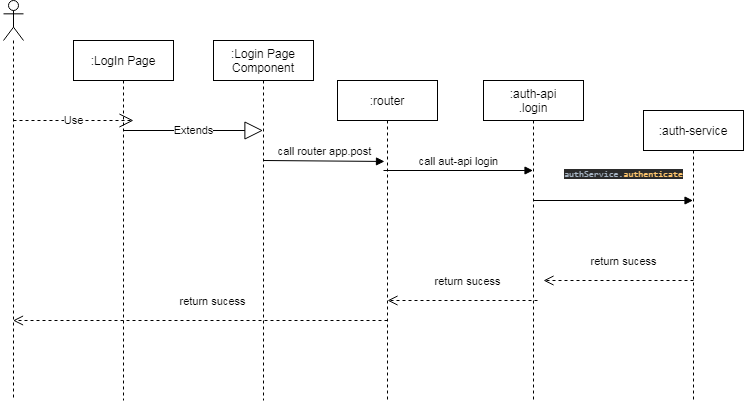
Before: UML/RunTimeView.png, a diagram exported from draw.io (thanse2s/iar-framework). Source tidied: cells renumbered, new cells last; positions are measured from the earlier drawing's top-left corner, leaving out a move shared by most shapes.
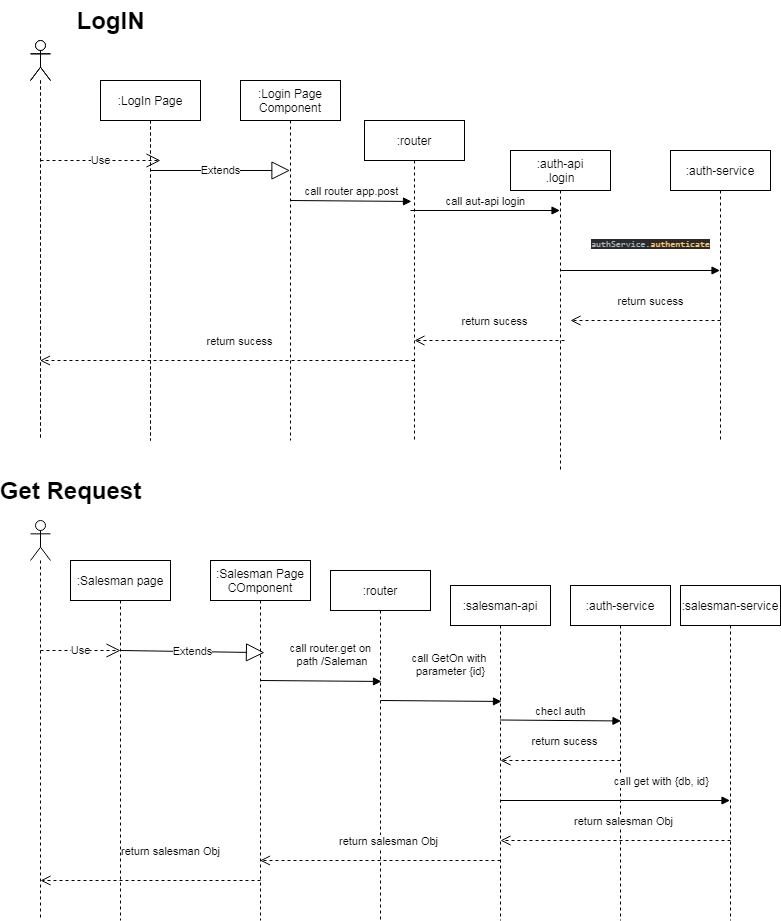
After the commit.

Change to the diagram source:
```diff
@@ -13,11 +13,17 @@
         <mxPoint x="50" y="90" as="sourcePoint" />
       </mxGeometry>
     </mxCell>
+    <mxCell id="16" style="shape=umlLifeline;participant=umlActor;perimeter=lifelinePerimeter;whiteSpace=wrap;html=1;verticalAlign=top;spacingTop=36;" parent="3" vertex="1">
+      <mxGeometry x="-70" y="-40" width="20" height="400" as="geometry" />
+    </mxCell>
+    <mxCell id="17" value=":LogIn Page" style="shape=umlLifeline;perimeter=lifelinePerimeter;whiteSpace=wrap;html=1;" parent="3" vertex="1">
+      <mxGeometry width="100" height="360" as="geometry" />
+    </mxCell>
     <mxCell id="5" value=":Login Page Component&lt;br&gt;" style="shape=umlLifeline;perimeter=lifelinePerimeter;whiteSpace=wrap;html=1;outlineConnect=0;" parent="1" vertex="1">
       <mxGeometry x="210" y="40" width="100" height="360" as="geometry" />
     </mxCell>
     <mxCell id="6" value=":auth-api&lt;br&gt;.login" style="shape=umlLifeline;perimeter=lifelinePerimeter;whiteSpace=wrap;html=1;outlineConnect=0;" parent="1" vertex="1">
-      <mxGeometry x="480" y="80" width="100" height="320" as="geometry" />
+      <mxGeometry x="480" y="110" width="100" height="320" as="geometry" />
     </mxCell>
     <mxCell id="7" value="&lt;pre style=&quot;background-color: rgb(43 , 43 , 43) ; color: rgb(169 , 183 , 198) ; font-family: &amp;#34;jetbrains mono&amp;#34; , monospace ; font-size: 9px&quot;&gt;authService.&lt;span style=&quot;color: #ffc66d&quot;&gt;authenticate&lt;/span&gt;&lt;/pre&gt;" style="html=1;verticalAlign=bottom;endArrow=block;" parent="6" edge="1" target="10">
       <mxGeometry x="0.13" y="10" relative="1" as="geometry">
@@ -63,5 +69,89 @@
         <mxPoint x="384" y="320" as="sourcePoint" />
       </mxGeometry>
     </mxCell>
+    <mxCell id="18" value="LogIN" style="text;strokeColor=none;fillColor=none;html=1;fontSize=24;fontStyle=1;verticalAlign=middle;align=center;" parent="1" vertex="1">
+      <mxGeometry x="30" y="-40" width="100" height="40" as="geometry" />
+    </mxCell>
+    <mxCell id="19" value="Get Request" style="text;strokeColor=none;fillColor=none;html=1;fontSize=24;fontStyle=1;verticalAlign=middle;align=center;" parent="1" vertex="1">
+      <mxGeometry x="-10" y="430" width="100" height="40" as="geometry" />
+    </mxCell>
+    <mxCell id="20" style="shape=umlLifeline;participant=umlActor;perimeter=lifelinePerimeter;whiteSpace=wrap;html=1;verticalAlign=top;spacingTop=36;" parent="1" vertex="1">
+      <mxGeometry y="480" width="20" height="400" as="geometry" />
+    </mxCell>
+    <mxCell id="21" value=":router" style="shape=umlLifeline;perimeter=lifelinePerimeter;whiteSpace=wrap;html=1;" parent="1" vertex="1">
+      <mxGeometry x="300" y="530" width="100" height="350" as="geometry" />
+    </mxCell>
+    <mxCell id="22" value=":auth-service" style="shape=umlLifeline;perimeter=lifelinePerimeter;whiteSpace=wrap;html=1;" parent="1" vertex="1">
+      <mxGeometry x="540" y="545" width="100" height="335" as="geometry" />
+    </mxCell>
+    <mxCell id="23" value=":salesman-service" style="shape=umlLifeline;perimeter=lifelinePerimeter;whiteSpace=wrap;html=1;outlineConnect=0;" parent="1" vertex="1">
+      <mxGeometry x="650" y="545" width="100" height="335" as="geometry" />
+    </mxCell>
+    <mxCell id="24" value=":salesman-api&lt;br&gt;" style="shape=umlLifeline;perimeter=lifelinePerimeter;whiteSpace=wrap;html=1;" parent="1" vertex="1">
+      <mxGeometry x="420" y="545" width="100" height="335" as="geometry" />
+    </mxCell>
+    <mxCell id="25" value=":Salesman page" style="shape=umlLifeline;perimeter=lifelinePerimeter;whiteSpace=wrap;html=1;" parent="1" vertex="1">
+      <mxGeometry x="40" y="520" width="100" height="360" as="geometry" />
+    </mxCell>
+    <mxCell id="26" value="Extends" style="endArrow=block;endSize=16;endFill=0;html=1;entryX=0.54;entryY=0.256;entryDx=0;entryDy=0;entryPerimeter=0;" parent="25" edge="1" target="27">
+      <mxGeometry relative="1" as="geometry">
+        <mxPoint x="50" y="90" as="sourcePoint" />
+      </mxGeometry>
+    </mxCell>
+    <mxCell id="27" value=":Salesman Page COmponent&lt;br&gt;" style="shape=umlLifeline;perimeter=lifelinePerimeter;whiteSpace=wrap;html=1;outlineConnect=0;" parent="1" vertex="1">
+      <mxGeometry x="180" y="520" width="100" height="360" as="geometry" />
+    </mxCell>
+    <mxCell id="28" value="Use" style="endArrow=open;endSize=12;dashed=1;html=1;" parent="1" edge="1">
+      <mxGeometry relative="1" as="geometry">
+        <mxPoint x="10" y="610" as="sourcePoint" />
+        <mxPoint x="90" y="610" as="targetPoint" />
+      </mxGeometry>
+    </mxCell>
+    <mxCell id="29" value="call router.get on&lt;br&gt;&amp;nbsp;path /Saleman&lt;br&gt;" style="html=1;verticalAlign=bottom;endArrow=block;entryX=0.47;entryY=0.253;entryDx=0;entryDy=0;entryPerimeter=0;" parent="1" edge="1">
+      <mxGeometry x="0.16" y="11" relative="1" as="geometry">
+        <mxPoint x="230" y="640" as="sourcePoint" />
+        <mxPoint x="351" y="641" as="targetPoint" />
+      </mxGeometry>
+    </mxCell>
+    <mxCell id="30" value="call GetOn with &lt;br&gt;parameter {id}" style="html=1;verticalAlign=bottom;endArrow=block;entryX=0.47;entryY=0.253;entryDx=0;entryDy=0;entryPerimeter=0;" parent="1" edge="1">
+      <mxGeometry x="0.15" y="21" relative="1" as="geometry">
+        <mxPoint x="350" y="660" as="sourcePoint" />
+        <mxPoint x="471" y="661" as="targetPoint" />
+      </mxGeometry>
+    </mxCell>
+    <mxCell id="31" value="checl auth" style="html=1;verticalAlign=bottom;endArrow=block;entryX=0.47;entryY=0.253;entryDx=0;entryDy=0;entryPerimeter=0;" parent="1" edge="1">
+      <mxGeometry relative="1" as="geometry">
+        <mxPoint x="469.5" y="679.5" as="sourcePoint" />
+        <mxPoint x="590.5" y="680.5" as="targetPoint" />
+      </mxGeometry>
+    </mxCell>
+    <mxCell id="32" value="return sucess&lt;br&gt;" style="html=1;verticalAlign=bottom;endArrow=open;dashed=1;endSize=8;" parent="1" edge="1">
+      <mxGeometry x="-0.07" y="-10" relative="1" as="geometry">
+        <mxPoint x="590" y="720" as="sourcePoint" />
+        <mxPoint x="470" y="720" as="targetPoint" />
+      </mxGeometry>
+    </mxCell>
+    <mxCell id="33" value="call get with {db, id}" style="html=1;verticalAlign=bottom;endArrow=block;" parent="1" edge="1" target="23">
+      <mxGeometry x="0.4" y="10" relative="1" as="geometry">
+        <mxPoint x="469.5" y="760" as="sourcePoint" />
+      </mxGeometry>
+    </mxCell>
+    <mxCell id="34" value="return salesman Obj" style="html=1;verticalAlign=bottom;endArrow=open;dashed=1;endSize=8;" parent="1" edge="1">
+      <mxGeometry x="-0.07" y="-10" relative="1" as="geometry">
+        <mxPoint x="700" y="800" as="sourcePoint" />
+        <mxPoint x="470" y="800" as="targetPoint" />
+      </mxGeometry>
+    </mxCell>
+    <mxCell id="35" value="return salesman Obj" style="html=1;verticalAlign=bottom;endArrow=open;dashed=1;endSize=8;" parent="1" edge="1" target="27">
+      <mxGeometry x="-0.07" y="-10" relative="1" as="geometry">
+        <mxPoint x="470" y="820" as="sourcePoint" />
+      </mxGeometry>
+    </mxCell>
+    <mxCell id="36" value="return salesman Obj" style="html=1;verticalAlign=bottom;endArrow=open;dashed=1;endSize=8;" parent="1" edge="1">
+      <mxGeometry x="-0.18" y="-20" relative="1" as="geometry">
+        <mxPoint x="230" y="840" as="sourcePoint" />
+        <mxPoint x="10" y="840" as="targetPoint" />
+      </mxGeometry>
+    </mxCell>
   </root>
 </mxGraphModel>
```
